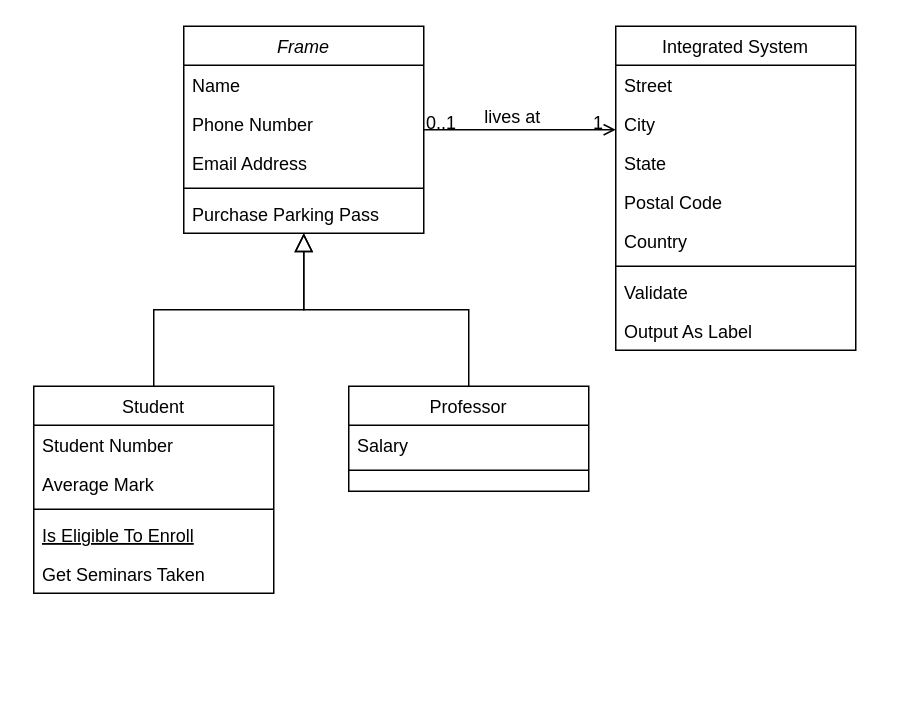
necroboi/RISK-AND-DECISION-HDB keeps this draw.io diagram as integrationclass.drawio. Above is the earlier version. Source tidied: cells renumbered, new cells numbered last; positions are measured from the earlier drawing's top-left corner, leaving out a move shared by most shapes. Both pictures are drawn from the tidied source at 150%, with x=0, y=0 at pixel (33, 26).
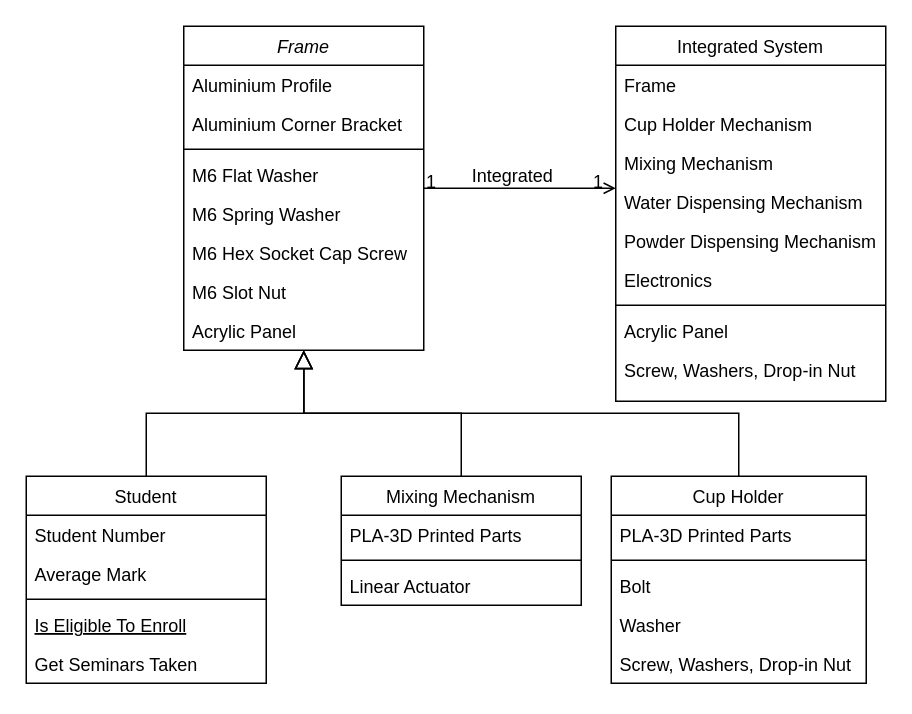
After the change.

Unchanged cells that the change refers to:
```xml
<mxCell id="28" style="endArrow=open;shadow=0;strokeWidth=1;rounded=0;curved=0;endFill=1;edgeStyle=elbowEdgeStyle;elbow=vertical;" parent="1" edge="1" source="2" target="19">
  <mxGeometry x="0.5" y="41" relative="1" as="geometry">
    <mxPoint x="-40" y="32" as="offset" />
  </mxGeometry>
</mxCell>
```

What changed in the source:
```diff
@@
     <mxCell id="2" value="Frame" style="swimlane;fontStyle=2;align=center;verticalAlign=top;horizontal=1;startSize=26;rounded=0;shadow=0;strokeWidth=1;" parent="1" vertex="1">
-      <mxGeometry x="100" width="160" height="138" as="geometry" />
+      <mxGeometry x="100" width="160" height="216" as="geometry" />
     </mxCell>
-    <mxCell id="3" value="Name" style="text;align=left;verticalAlign=top;spacingLeft=4;spacingRight=4;overflow=hidden;" parent="2" vertex="1">
+    <mxCell id="3" value="Aluminium Profile" style="text;align=left;verticalAlign=top;spacingLeft=4;spacingRight=4;overflow=hidden;" parent="2" vertex="1">
       <mxGeometry y="26" width="160" height="26" as="geometry" />
     </mxCell>
-    <mxCell id="4" value="Phone Number" style="text;align=left;verticalAlign=top;spacingLeft=4;spacingRight=4;overflow=hidden;rounded=0;shadow=0;html=0;" parent="2" vertex="1">
-      <mxGeometry y="52" width="160" height="26" as="geometry" />
-    </mxCell>
-    <mxCell id="5" value="Email Address" style="text;align=left;verticalAlign=top;spacingLeft=4;spacingRight=4;overflow=hidden;rounded=0;shadow=0;html=0;" parent="2" vertex="1">
-      <mxGeometry y="78" width="160" height="26" as="geometry" />
+    <mxCell id="5" value="Aluminium Corner Bracket" style="text;align=left;verticalAlign=top;spacingLeft=4;spacingRight=4;overflow=hidden;rounded=0;shadow=0;html=0;" parent="2" vertex="1">
+      <mxGeometry y="52" width="160" height="26" as="geometry" />
     </mxCell>
     <mxCell id="6" style="line;html=1;strokeWidth=1;align=left;verticalAlign=middle;spacingTop=-1;spacingLeft=3;spacingRight=3;labelPosition=right;" parent="2" vertex="1">
-      <mxGeometry y="104" width="160" height="8" as="geometry" />
+      <mxGeometry y="78" width="160" height="8" as="geometry" />
     </mxCell>
-    <mxCell id="7" value="Purchase Parking Pass" style="text;align=left;verticalAlign=top;spacingLeft=4;spacingRight=4;overflow=hidden;" parent="2" vertex="1">
-      <mxGeometry y="112" width="160" height="26" as="geometry" />
+    <mxCell id="7" value="M6 Flat Washer" style="text;align=left;verticalAlign=top;spacingLeft=4;spacingRight=4;overflow=hidden;" parent="2" vertex="1">
+      <mxGeometry y="86" width="160" height="26" as="geometry" />
     </mxCell>
+    <mxCell id="32" value="M6 Spring Washer" style="text;align=left;verticalAlign=top;spacingLeft=4;spacingRight=4;overflow=hidden;rounded=0;shadow=0;html=0;" parent="2" vertex="1">
+      <mxGeometry y="112" width="160" height="26" as="geometry" />
+    </mxCell>
+    <mxCell id="33" value="M6 Hex Socket Cap Screw" style="text;align=left;verticalAlign=top;spacingLeft=4;spacingRight=4;overflow=hidden;rounded=0;shadow=0;html=0;" parent="2" vertex="1">
+      <mxGeometry y="138" width="160" height="26" as="geometry" />
+    </mxCell>
+    <mxCell id="34" value="M6 Slot Nut" style="text;align=left;verticalAlign=top;spacingLeft=4;spacingRight=4;overflow=hidden;rounded=0;shadow=0;html=0;" parent="2" vertex="1">
+      <mxGeometry y="164" width="160" height="26" as="geometry" />
+    </mxCell>
+    <mxCell id="35" value="Acrylic Panel" style="text;align=left;verticalAlign=top;spacingLeft=4;spacingRight=4;overflow=hidden;points=[[0,0.5],[1,0.5]];portConstraint=eastwest;rounded=0;shadow=0;html=0;" parent="2" vertex="1">
+      <mxGeometry y="190" width="160" height="26" as="geometry" />
+    </mxCell>
     <mxCell id="8" value="Student" style="swimlane;fontStyle=0;align=center;verticalAlign=top;horizontal=1;startSize=26;rounded=0;shadow=0;strokeWidth=1;" parent="1" vertex="1">
-      <mxGeometry y="240" width="160" height="138" as="geometry" />
+      <mxGeometry x="-5" y="300" width="160" height="138" as="geometry" />
     </mxCell>
@@
-    <mxCell id="15" value="Professor" style="swimlane;fontStyle=0;align=center;verticalAlign=top;horizontal=1;startSize=26;rounded=0;shadow=0;strokeWidth=1;" parent="1" vertex="1">
-      <mxGeometry x="210" y="240" width="160" height="70" as="geometry" />
+    <mxCell id="15" value="Mixing Mechanism" style="swimlane;fontStyle=0;align=center;verticalAlign=top;horizontal=1;startSize=26;rounded=0;shadow=0;strokeWidth=1;" parent="1" vertex="1">
+      <mxGeometry x="205" y="300" width="160" height="86" as="geometry" />
     </mxCell>
-    <mxCell id="16" value="Salary" style="text;align=left;verticalAlign=top;spacingLeft=4;spacingRight=4;overflow=hidden;" parent="15" vertex="1">
+    <mxCell id="16" value="PLA-3D Printed Parts" style="text;align=left;verticalAlign=top;spacingLeft=4;spacingRight=4;overflow=hidden;" parent="15" vertex="1">
       <mxGeometry y="26" width="160" height="26" as="geometry" />
     </mxCell>
@@
+    <mxCell id="36" value="Linear Actuator" style="text;align=left;verticalAlign=top;spacingLeft=4;spacingRight=4;overflow=hidden;" parent="15" vertex="1">
+      <mxGeometry y="60" width="160" height="26" as="geometry" />
+    </mxCell>
@@
     <mxCell id="19" value="Integrated System" style="swimlane;fontStyle=0;align=center;verticalAlign=top;horizontal=1;startSize=26;rounded=0;shadow=0;strokeWidth=1;" parent="1" vertex="1">
-      <mxGeometry x="388" width="160" height="216" as="geometry" />
+      <mxGeometry x="388" width="180" height="250" as="geometry" />
     </mxCell>
-    <mxCell id="20" value="Street" style="text;align=left;verticalAlign=top;spacingLeft=4;spacingRight=4;overflow=hidden;" parent="19" vertex="1">
-      <mxGeometry y="26" width="160" height="26" as="geometry" />
+    <mxCell id="20" value="Frame" style="text;align=left;verticalAlign=top;spacingLeft=4;spacingRight=4;overflow=hidden;" parent="19" vertex="1">
+      <mxGeometry y="26" width="180" height="26" as="geometry" />
     </mxCell>
+    <mxCell id="37" value="Cup Holder Mechanism" style="text;align=left;verticalAlign=top;spacingLeft=4;spacingRight=4;overflow=hidden;" parent="19" vertex="1">
+      <mxGeometry y="52" width="180" height="26" as="geometry" />
+    </mxCell>
-    <mxCell id="21" value="City" style="text;align=left;verticalAlign=top;spacingLeft=4;spacingRight=4;overflow=hidden;rounded=0;shadow=0;html=0;" parent="19" vertex="1">
-      <mxGeometry y="52" width="160" height="26" as="geometry" />
+    <mxCell id="21" value="Mixing Mechanism" style="text;align=left;verticalAlign=top;spacingLeft=4;spacingRight=4;overflow=hidden;rounded=0;shadow=0;html=0;" parent="19" vertex="1">
+      <mxGeometry y="78" width="180" height="26" as="geometry" />
     </mxCell>
-    <mxCell id="22" value="State" style="text;align=left;verticalAlign=top;spacingLeft=4;spacingRight=4;overflow=hidden;rounded=0;shadow=0;html=0;" parent="19" vertex="1">
-      <mxGeometry y="78" width="160" height="26" as="geometry" />
+    <mxCell id="22" value="Water Dispensing Mechanism" style="text;align=left;verticalAlign=top;spacingLeft=4;spacingRight=4;overflow=hidden;rounded=0;shadow=0;html=0;" parent="19" vertex="1">
+      <mxGeometry y="104" width="180" height="26" as="geometry" />
     </mxCell>
-    <mxCell id="23" value="Postal Code" style="text;align=left;verticalAlign=top;spacingLeft=4;spacingRight=4;overflow=hidden;rounded=0;shadow=0;html=0;" parent="19" vertex="1">
-      <mxGeometry y="104" width="160" height="26" as="geometry" />
+    <mxCell id="23" value="Powder Dispensing Mechanism" style="text;align=left;verticalAlign=top;spacingLeft=4;spacingRight=4;overflow=hidden;rounded=0;shadow=0;html=0;" parent="19" vertex="1">
+      <mxGeometry y="130" width="180" height="26" as="geometry" />
     </mxCell>
-    <mxCell id="24" value="Country" style="text;align=left;verticalAlign=top;spacingLeft=4;spacingRight=4;overflow=hidden;rounded=0;shadow=0;html=0;" parent="19" vertex="1">
-      <mxGeometry y="130" width="160" height="26" as="geometry" />
+    <mxCell id="24" value="Electronics" style="text;align=left;verticalAlign=top;spacingLeft=4;spacingRight=4;overflow=hidden;rounded=0;shadow=0;html=0;" parent="19" vertex="1">
+      <mxGeometry y="156" width="180" height="26" as="geometry" />
     </mxCell>
     <mxCell id="25" style="line;html=1;strokeWidth=1;align=left;verticalAlign=middle;spacingTop=-1;spacingLeft=3;spacingRight=3;labelPosition=right;" parent="19" vertex="1">
-      <mxGeometry y="156" width="160" height="8" as="geometry" />
+      <mxGeometry y="182" width="180" height="8" as="geometry" />
     </mxCell>
-    <mxCell id="26" value="Validate" style="text;align=left;verticalAlign=top;spacingLeft=4;spacingRight=4;overflow=hidden;" parent="19" vertex="1">
-      <mxGeometry y="164" width="160" height="26" as="geometry" />
+    <mxCell id="26" value="Acrylic Panel" style="text;align=left;verticalAlign=top;spacingLeft=4;spacingRight=4;overflow=hidden;" parent="19" vertex="1">
+      <mxGeometry y="190" width="180" height="26" as="geometry" />
     </mxCell>
-    <mxCell id="27" value="Output As Label" style="text;align=left;verticalAlign=top;spacingLeft=4;spacingRight=4;overflow=hidden;" parent="19" vertex="1">
-      <mxGeometry y="190" width="160" height="26" as="geometry" />
+    <mxCell id="27" value="Screw, Washers, Drop-in Nut" style="text;align=left;verticalAlign=top;spacingLeft=4;spacingRight=4;overflow=hidden;" parent="19" vertex="1">
+      <mxGeometry y="216" width="180" height="26" as="geometry" />
     </mxCell>
@@
-    <mxCell id="29" value="0..1" style="align=left;verticalAlign=bottom;labelBackgroundColor=none;fontSize=12;" parent="28" vertex="1">
+    <mxCell id="29" value="1" style="align=left;verticalAlign=bottom;labelBackgroundColor=none;fontSize=12;" parent="28" vertex="1">
       <mxGeometry x="-1" relative="1" as="geometry">
         <mxPoint y="4" as="offset" />
       </mxGeometry>
     </mxCell>
@@
-    <mxCell id="31" value="lives at" style="text;html=1;align=center;verticalAlign=middle;labelBackgroundColor=none;rounded=0;shadow=0;strokeWidth=1;fontSize=12;" parent="28" vertex="1">
+    <mxCell id="31" value="Integrated" style="text;html=1;align=center;verticalAlign=middle;labelBackgroundColor=none;rounded=0;shadow=0;strokeWidth=1;fontSize=12;" parent="28" vertex="1">
       <mxGeometry x="0.5" y="49" relative="1" as="geometry">
         <mxPoint x="-38" y="40" as="offset" />
       </mxGeometry>
     </mxCell>
+    <mxCell id="38" value="Cup Holder" style="swimlane;fontStyle=0;align=center;verticalAlign=top;horizontal=1;startSize=26;rounded=0;shadow=0;strokeWidth=1;" parent="1" vertex="1">
+      <mxGeometry x="385" y="300" width="170" height="138" as="geometry" />
+    </mxCell>
+    <mxCell id="39" value="PLA-3D Printed Parts" style="text;align=left;verticalAlign=top;spacingLeft=4;spacingRight=4;overflow=hidden;" parent="38" vertex="1">
+      <mxGeometry y="26" width="170" height="26" as="geometry" />
+    </mxCell>
+    <mxCell id="40" style="line;html=1;strokeWidth=1;align=left;verticalAlign=middle;spacingTop=-1;spacingLeft=3;spacingRight=3;labelPosition=right;" parent="38" vertex="1">
+      <mxGeometry y="52" width="170" height="8" as="geometry" />
+    </mxCell>
+    <mxCell id="41" value="Bolt" style="text;align=left;verticalAlign=top;spacingLeft=4;spacingRight=4;overflow=hidden;" parent="38" vertex="1">
+      <mxGeometry y="60" width="170" height="26" as="geometry" />
+    </mxCell>
+    <mxCell id="42" value="Washer" style="text;align=left;verticalAlign=top;spacingLeft=4;spacingRight=4;overflow=hidden;" parent="38" vertex="1">
+      <mxGeometry y="86" width="170" height="26" as="geometry" />
+    </mxCell>
+    <mxCell id="43" value="Screw, Washers, Drop-in Nut" style="text;align=left;verticalAlign=top;spacingLeft=4;spacingRight=4;overflow=hidden;" parent="38" vertex="1">
+      <mxGeometry y="112" width="170" height="26" as="geometry" />
+    </mxCell>
+    <mxCell id="44" style="endArrow=block;endSize=10;endFill=0;shadow=0;strokeWidth=1;rounded=0;curved=0;edgeStyle=elbowEdgeStyle;elbow=vertical;entryX=0.5;entryY=1.005;entryDx=0;entryDy=0;entryPerimeter=0;" parent="1" edge="1" source="38" target="35">
+      <mxGeometry relative="1" as="geometry" />
+    </mxCell>
```
